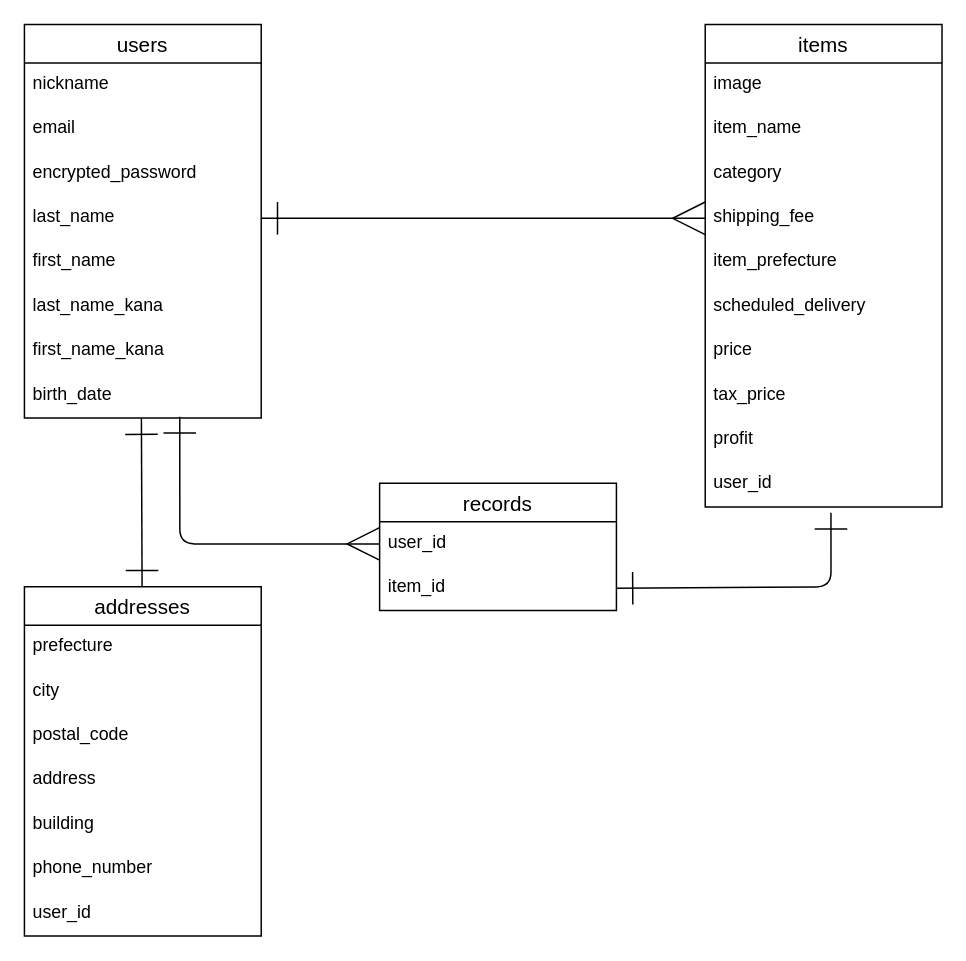
This is furima.dio from yrikiriki/furima-37897, a draw.io file, before an edit. Source tidied: cells renumbered, new cells numbered last; positions are measured from the earlier drawing's top-left corner, leaving out a move shared by most shapes. Both pictures are drawn from the tidied source at 148%, with x=0, y=0 at pixel (24, 24).
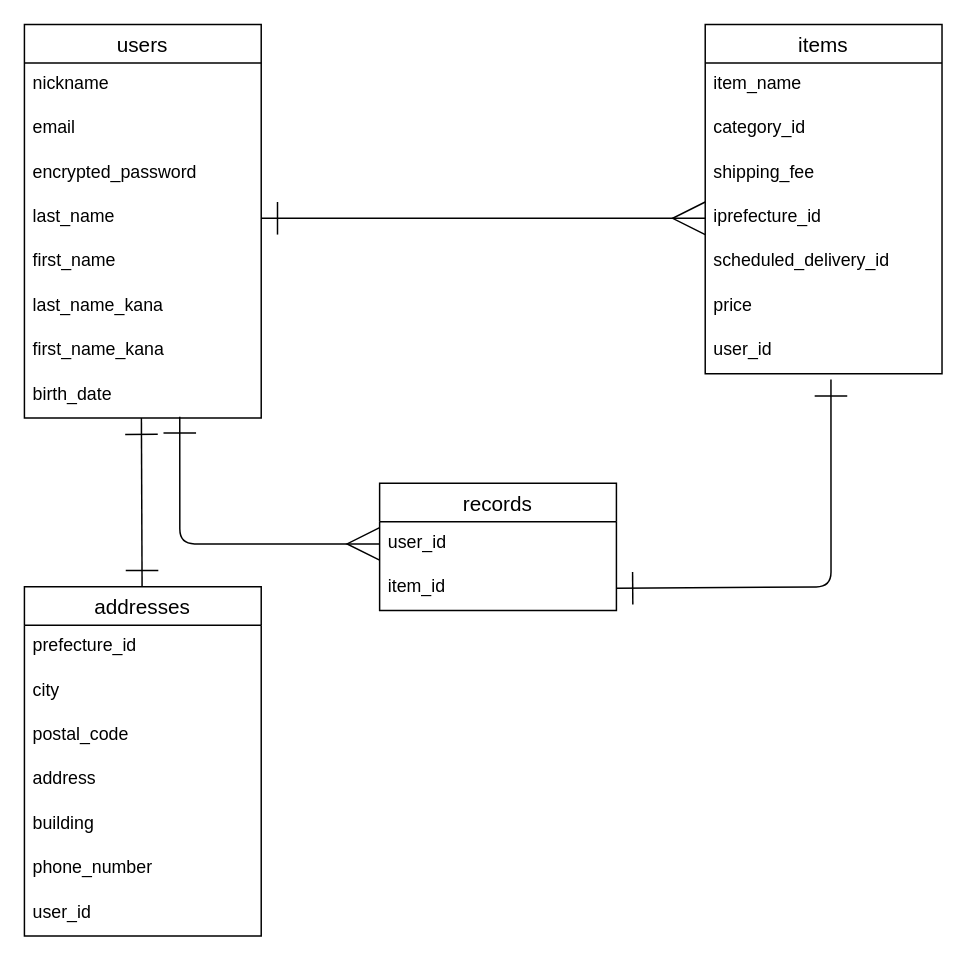
Above is the later version.

Commit message (it also covers changes not shown here):
データベース設計修正２

The change refers to these unchanged cells:
```xml
<mxCell id="6" value="last_name" style="text;strokeColor=none;fillColor=none;spacingLeft=4;spacingRight=4;overflow=hidden;points=[[0,0.5],[1,0.5]];portConstraint=eastwest;fontSize=12;" parent="2" vertex="1">
  <mxGeometry y="116" width="160" height="30" as="geometry" />
</mxCell>
<mxCell id="26" value="addresses" style="swimlane;fontStyle=0;horizontal=1;startSize=26;align=center;fontSize=14;" parent="1" vertex="1">
  <mxGeometry y="380" width="160" height="236" as="geometry" />
</mxCell>
```

Change to the diagram source:
```diff
@@
     <mxCell id="11" value="items" style="swimlane;fontStyle=0;horizontal=1;startSize=26;align=center;fontSize=14;" parent="1" vertex="1">
-      <mxGeometry x="460" width="160" height="326" as="geometry" />
+      <mxGeometry x="460" width="160" height="236" as="geometry" />
     </mxCell>
-    <mxCell id="12" value="image" style="text;strokeColor=none;fillColor=none;spacingLeft=4;spacingRight=4;overflow=hidden;fontSize=12;" parent="11" vertex="1">
-      <mxGeometry y="26" width="160" height="30" as="geometry" />
-    </mxCell>
     <mxCell id="13" value="item_name" style="text;strokeColor=none;fillColor=none;spacingLeft=4;spacingRight=4;overflow=hidden;fontSize=12;" parent="11" vertex="1">
-      <mxGeometry y="56" width="160" height="30" as="geometry" />
+      <mxGeometry y="26" width="160" height="30" as="geometry" />
     </mxCell>
-    <mxCell id="14" value="category" style="text;strokeColor=none;fillColor=none;spacingLeft=4;spacingRight=4;overflow=hidden;fontSize=12;" parent="11" vertex="1">
-      <mxGeometry y="86" width="160" height="30" as="geometry" />
+    <mxCell id="14" value="category_id" style="text;strokeColor=none;fillColor=none;spacingLeft=4;spacingRight=4;overflow=hidden;fontSize=12;" parent="11" vertex="1">
+      <mxGeometry y="56" width="160" height="30" as="geometry" />
     </mxCell>
     <mxCell id="15" value="shipping_fee" style="text;strokeColor=none;fillColor=none;spacingLeft=4;spacingRight=4;overflow=hidden;points=[[0,0.5],[1,0.5]];portConstraint=eastwest;fontSize=12;" parent="11" vertex="1">
-      <mxGeometry y="116" width="160" height="30" as="geometry" />
+      <mxGeometry y="86" width="160" height="30" as="geometry" />
     </mxCell>
-    <mxCell id="16" value="item_prefecture" style="text;strokeColor=none;fillColor=none;spacingLeft=4;spacingRight=4;overflow=hidden;points=[[0,0.5],[1,0.5]];portConstraint=eastwest;fontSize=12;" parent="11" vertex="1">
-      <mxGeometry y="146" width="160" height="30" as="geometry" />
+    <mxCell id="16" value="iprefecture_id" style="text;strokeColor=none;fillColor=none;spacingLeft=4;spacingRight=4;overflow=hidden;points=[[0,0.5],[1,0.5]];portConstraint=eastwest;fontSize=12;" parent="11" vertex="1">
+      <mxGeometry y="116" width="160" height="30" as="geometry" />
     </mxCell>
-    <mxCell id="17" value="scheduled_delivery" style="text;strokeColor=none;fillColor=none;spacingLeft=4;spacingRight=4;overflow=hidden;fontSize=12;" parent="11" vertex="1">
-      <mxGeometry y="176" width="160" height="30" as="geometry" />
+    <mxCell id="17" value="scheduled_delivery_id" style="text;strokeColor=none;fillColor=none;spacingLeft=4;spacingRight=4;overflow=hidden;fontSize=12;" parent="11" vertex="1">
+      <mxGeometry y="146" width="160" height="30" as="geometry" />
     </mxCell>
     <mxCell id="18" value="price" style="text;strokeColor=none;fillColor=none;spacingLeft=4;spacingRight=4;overflow=hidden;fontSize=12;" parent="11" vertex="1">
-      <mxGeometry y="206" width="160" height="30" as="geometry" />
+      <mxGeometry y="176" width="160" height="30" as="geometry" />
     </mxCell>
-    <mxCell id="19" value="tax_price" style="text;strokeColor=none;fillColor=none;spacingLeft=4;spacingRight=4;overflow=hidden;fontSize=12;" parent="11" vertex="1">
-      <mxGeometry y="236" width="160" height="30" as="geometry" />
-    </mxCell>
-    <mxCell id="20" value="profit" style="text;strokeColor=none;fillColor=none;spacingLeft=4;spacingRight=4;overflow=hidden;fontSize=12;" parent="11" vertex="1">
-      <mxGeometry y="266" width="160" height="30" as="geometry" />
-    </mxCell>
     <mxCell id="21" value="user_id" style="text;strokeColor=none;fillColor=none;spacingLeft=4;spacingRight=4;overflow=hidden;points=[[0,0.5],[1,0.5]];portConstraint=eastwest;fontSize=12;" parent="11" vertex="1">
-      <mxGeometry y="296" width="160" height="30" as="geometry" />
+      <mxGeometry y="206" width="160" height="30" as="geometry" />
     </mxCell>
@@
-    <mxCell id="27" value="prefecture" style="text;strokeColor=none;fillColor=none;spacingLeft=4;spacingRight=4;overflow=hidden;fontSize=12;" parent="26" vertex="1">
+    <mxCell id="27" value="prefecture_id" style="text;strokeColor=none;fillColor=none;spacingLeft=4;spacingRight=4;overflow=hidden;fontSize=12;" parent="26" vertex="1">
       <mxGeometry y="26" width="160" height="30" as="geometry" />
     </mxCell>
@@
-    <mxCell id="36" style="edgeStyle=none;html=1;entryX=1;entryY=0.5;entryDx=0;entryDy=0;startArrow=ERmany;startFill=0;endArrow=ERone;endFill=0;startSize=20;endSize=20;" parent="1" edge="1" source="15" target="6">
+    <mxCell id="36" style="edgeStyle=none;html=1;entryX=1;entryY=0.5;entryDx=0;entryDy=0;startArrow=ERmany;startFill=0;endArrow=ERone;endFill=0;startSize=20;endSize=20;exitX=0;exitY=0.5;exitDx=0;exitDy=0;" parent="1" edge="1" source="16" target="6">
       <mxGeometry relative="1" as="geometry" />
     </mxCell>
```
